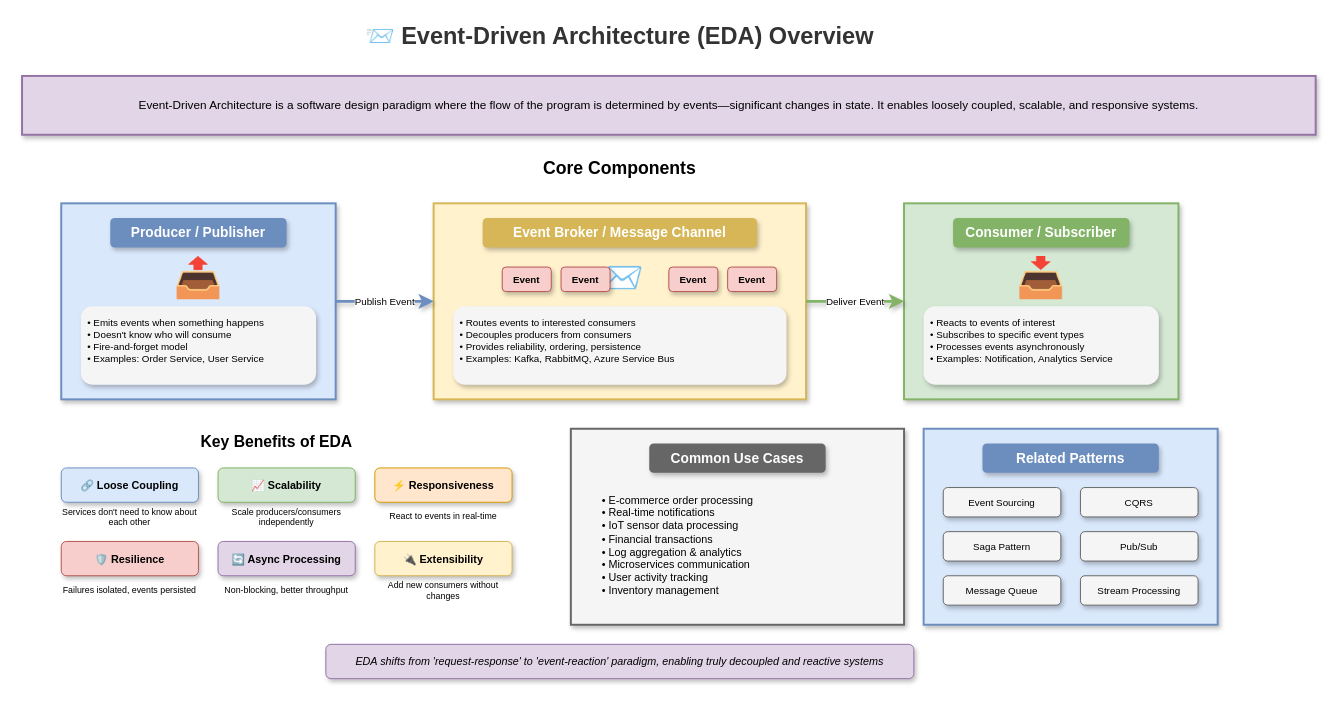
Above: lesson-02-event-driven-architecture/01-core-concepts/1.1-eda-overview.drawio in MrParkerZ7/document-lesson-software-architect-x-claude (draw.io), before the change. Source tidied: cells renumbered, new cells numbered last; positions are measured from the earlier drawing's top-left corner, leaving out a move shared by most shapes. Both pictures are drawn from the tidied source at 98%, with x=0, y=0 at pixel (22, 17).
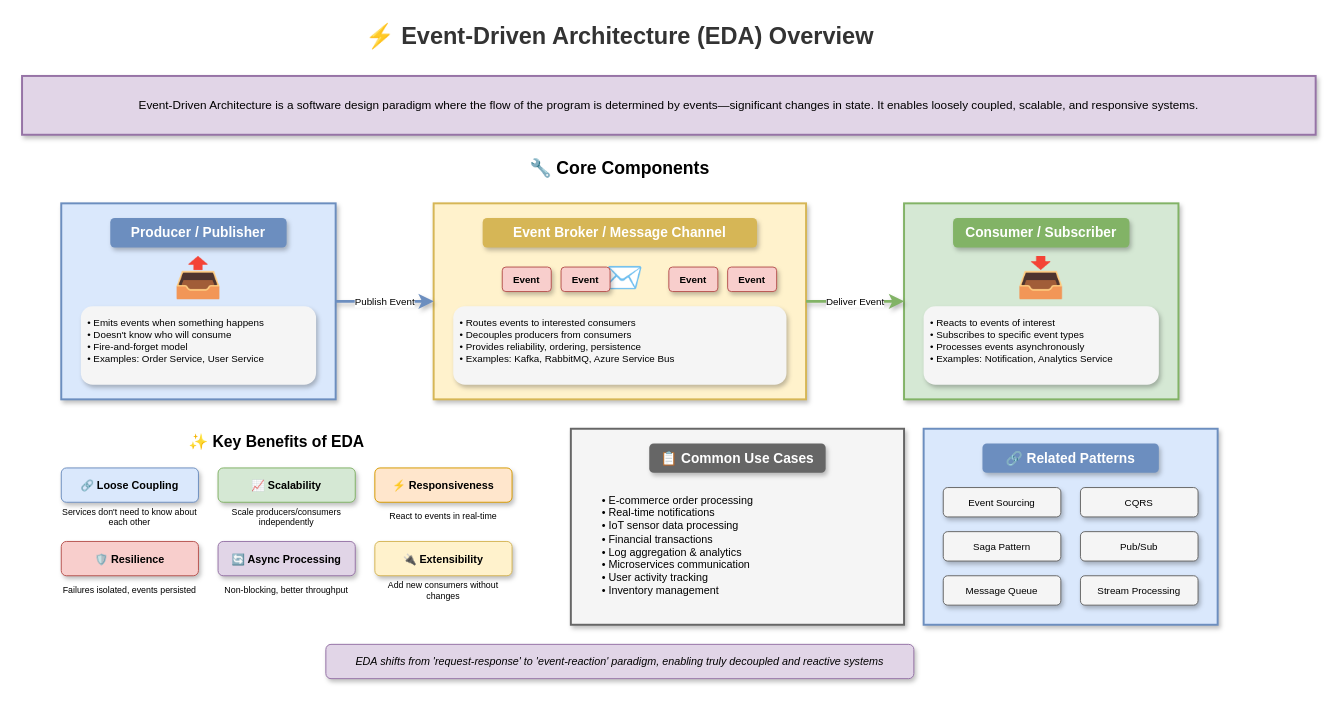
Above is the later version.

Change to the diagram source:
```diff
@@
-    <mxCell id="2" value="📨 Event-Driven Architecture (EDA) Overview" style="text;html=1;strokeColor=none;fillColor=none;align=center;verticalAlign=middle;whiteSpace=wrap;rounded=0;fontSize=24;fontStyle=1;fontColor=#333333;" parent="1" vertex="1">
+    <mxCell id="2" value="⚡ Event-Driven Architecture (EDA) Overview" style="text;html=1;strokeColor=none;fillColor=none;align=center;verticalAlign=middle;whiteSpace=wrap;rounded=0;fontSize=24;fontStyle=1;fontColor=#333333;" parent="1" vertex="1">
       <mxGeometry x="330" width="560" height="40" as="geometry" />
     </mxCell>
@@
-    <mxCell id="5" value="Core Components" style="text;html=1;strokeColor=none;fillColor=none;align=center;verticalAlign=middle;whiteSpace=wrap;rounded=0;fontSize=18;fontStyle=1;" parent="1" vertex="1">
+    <mxCell id="5" value="🔧 Core Components" style="text;html=1;strokeColor=none;fillColor=none;align=center;verticalAlign=middle;whiteSpace=wrap;rounded=0;fontSize=18;fontStyle=1;" parent="1" vertex="1">
       <mxGeometry x="510" y="140" width="200" height="30" as="geometry" />
     </mxCell>
@@
-    <mxCell id="24" value="Key Benefits of EDA" style="text;html=1;strokeColor=none;fillColor=none;align=center;verticalAlign=middle;whiteSpace=wrap;rounded=0;fontSize=16;fontStyle=1;" parent="1" vertex="1">
+    <mxCell id="24" value="✨ Key Benefits of EDA" style="text;html=1;strokeColor=none;fillColor=none;align=center;verticalAlign=middle;whiteSpace=wrap;rounded=0;fontSize=16;fontStyle=1;" parent="1" vertex="1">
       <mxGeometry x="160" y="420" width="200" height="25" as="geometry" />
     </mxCell>
@@
-    <mxCell id="38" value="Common Use Cases" style="text;html=1;strokeColor=none;fillColor=#666666;align=center;verticalAlign=middle;whiteSpace=wrap;rounded=1;fontSize=14;fontStyle=1;fontColor=#ffffff;shadow=1;" parent="1" vertex="1">
+    <mxCell id="38" value="📋 Common Use Cases" style="text;html=1;strokeColor=none;fillColor=#666666;align=center;verticalAlign=middle;whiteSpace=wrap;rounded=1;fontSize=14;fontStyle=1;fontColor=#ffffff;shadow=1;" parent="1" vertex="1">
       <mxGeometry x="640" y="435" width="180" height="30" as="geometry" />
     </mxCell>
@@
-    <mxCell id="41" value="Related Patterns" style="text;html=1;strokeColor=none;fillColor=#6c8ebf;align=center;verticalAlign=middle;whiteSpace=wrap;rounded=1;fontSize=14;fontStyle=1;fontColor=#ffffff;shadow=1;" parent="1" vertex="1">
+    <mxCell id="41" value="🔗 Related Patterns" style="text;html=1;strokeColor=none;fillColor=#6c8ebf;align=center;verticalAlign=middle;whiteSpace=wrap;rounded=1;fontSize=14;fontStyle=1;fontColor=#ffffff;shadow=1;" parent="1" vertex="1">
       <mxGeometry x="980" y="435" width="180" height="30" as="geometry" />
     </mxCell>
```
